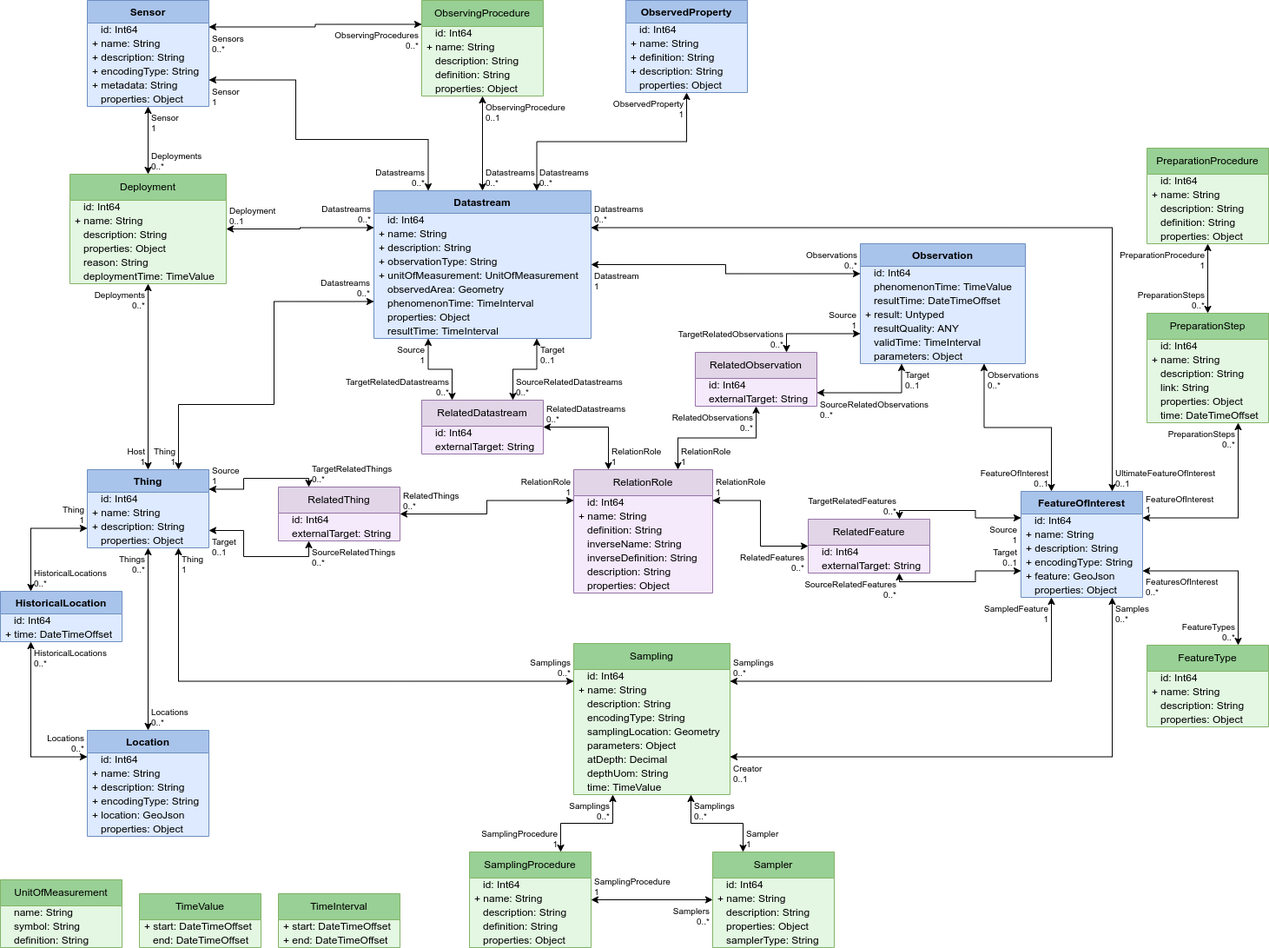
Earlier version of the draw.io export Datamodel-SensorThingsApi-WaterQualityIE-implemented.drawio.png (hylkevds/FROST-Server.Plugin.WaterQualityIE). Source tidied: cells renumbered, new cells last; positions are measured from the earlier drawing's top-left corner, leaving out a move shared by most shapes.
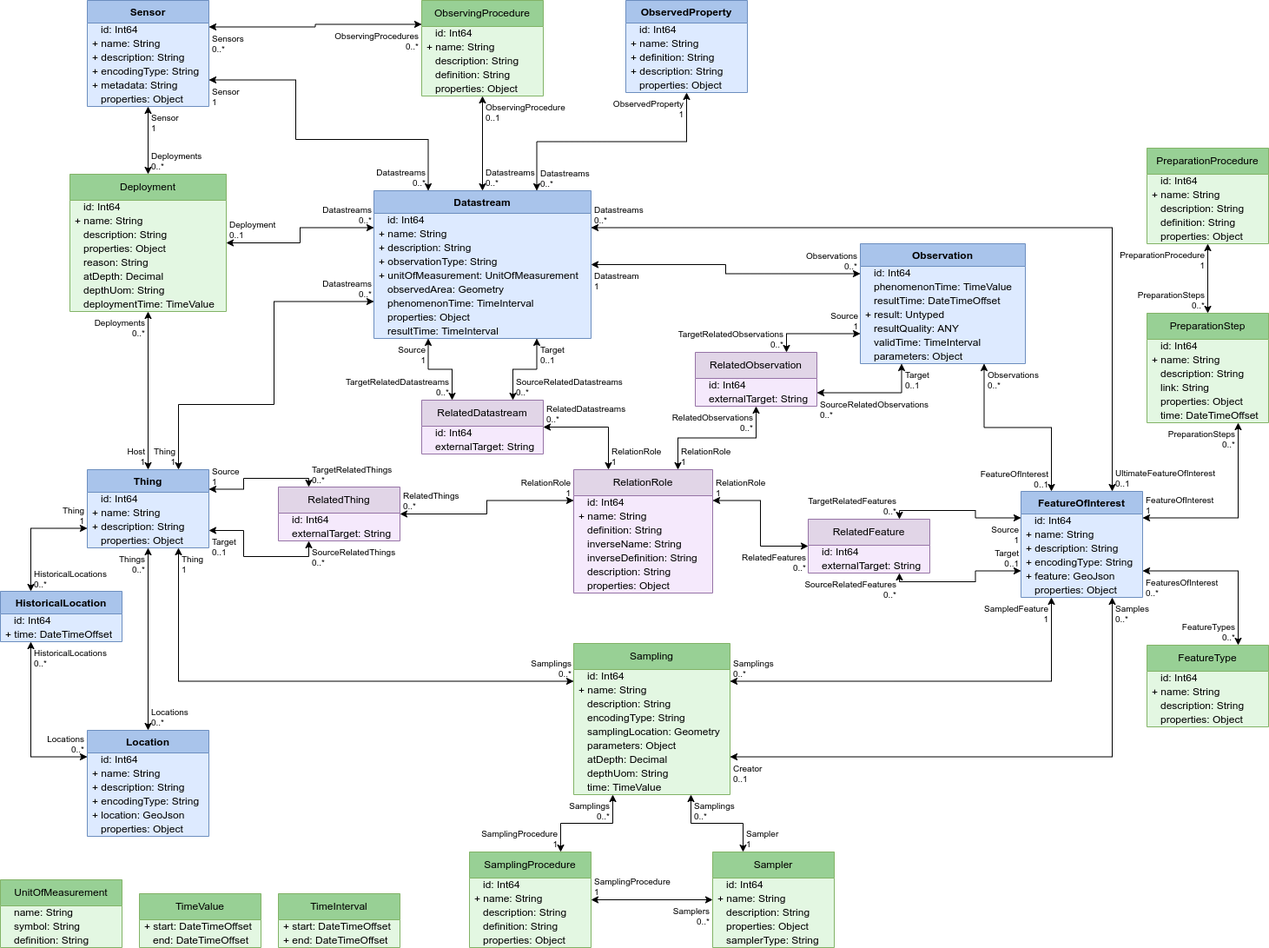
The same file after the commit.

Commit message:
Added atDepth and depthUom to Deployment

The edit, as a diff of the source:
```diff
@@ -33,7 +33,7 @@
       <mxGeometry y="154" width="250" height="16" as="geometry" />
     </mxCell>
     <mxCell id="12" value="Deployment" style="swimlane;fontStyle=0;horizontal=1;startSize=30;whiteSpace=wrap;html=1;fillColor=#98D095;strokeColor=#82b366;swimlaneFillColor=#E3F7E2;" parent="1" vertex="1">
-      <mxGeometry x="80" y="200" width="180" height="126" as="geometry" />
+      <mxGeometry x="80" y="200" width="180" height="158" as="geometry" />
     </mxCell>
     <mxCell id="13" value="&amp;nbsp;&amp;nbsp;&amp;nbsp;id: Int64" style="text;strokeColor=none;fillColor=none;align=left;verticalAlign=middle;spacingLeft=4;spacingRight=4;overflow=visible;html=1;" parent="12" vertex="1">
       <mxGeometry y="30" width="180" height="16" as="geometry" />
@@ -50,8 +50,14 @@
     <mxCell id="17" value="&amp;nbsp;&amp;nbsp;&amp;nbsp;reason: String" style="text;strokeColor=none;fillColor=none;align=left;verticalAlign=middle;spacingLeft=4;spacingRight=4;overflow=visible;html=1;" parent="12" vertex="1">
       <mxGeometry y="94" width="180" height="16" as="geometry" />
     </mxCell>
+    <mxCell id="243" value="&amp;nbsp;&amp;nbsp;&amp;nbsp;atDepth: Decimal" style="text;strokeColor=none;fillColor=none;align=left;verticalAlign=middle;spacingLeft=4;spacingRight=4;overflow=visible;html=1;" parent="12" vertex="1">
+      <mxGeometry y="110" width="180" height="16" as="geometry" />
+    </mxCell>
+    <mxCell id="244" value="&amp;nbsp;&amp;nbsp;&amp;nbsp;depthUom: String" style="text;strokeColor=none;fillColor=none;align=left;verticalAlign=middle;spacingLeft=4;spacingRight=4;overflow=visible;html=1;" parent="12" vertex="1">
+      <mxGeometry y="126" width="180" height="16" as="geometry" />
+    </mxCell>
     <mxCell id="18" value="&amp;nbsp;&amp;nbsp;&amp;nbsp;deploymentTime: TimeValue" style="text;strokeColor=none;fillColor=none;align=left;verticalAlign=middle;spacingLeft=4;spacingRight=4;overflow=visible;html=1;" parent="12" vertex="1">
-      <mxGeometry y="110" width="180" height="16" as="geometry" />
+      <mxGeometry y="142" width="180" height="16" as="geometry" />
     </mxCell>
     <mxCell id="19" value="FeatureOfInterest" style="swimlane;fontStyle=1;horizontal=1;startSize=26;whiteSpace=wrap;html=1;fillColor=#A9C4EB;strokeColor=#6c8ebf;swimlaneFillColor=#DDEAFF;verticalAlign=top;" parent="1" vertex="1">
       <mxGeometry x="1175" y="565" width="140" height="122" as="geometry" />
```
